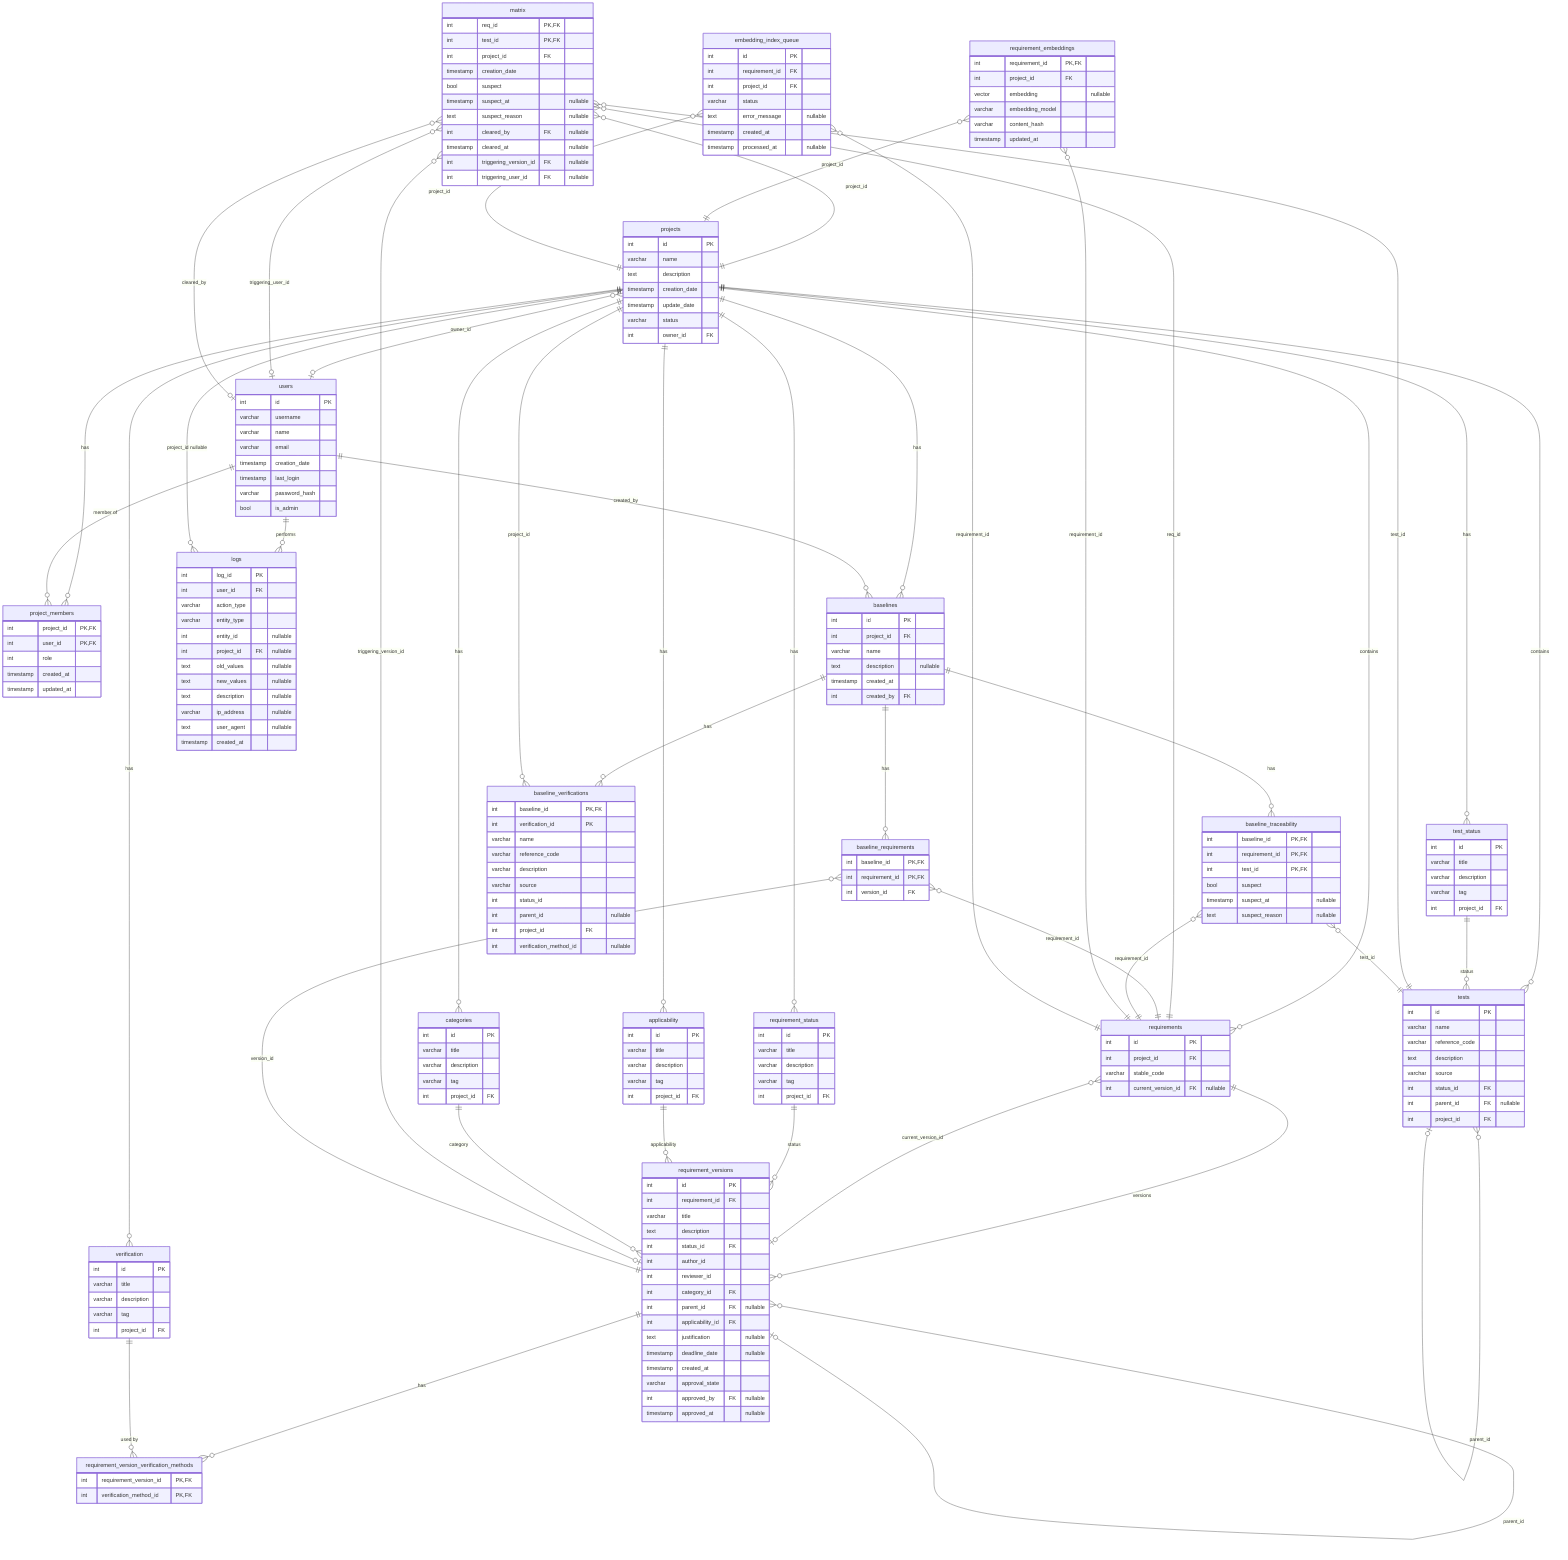
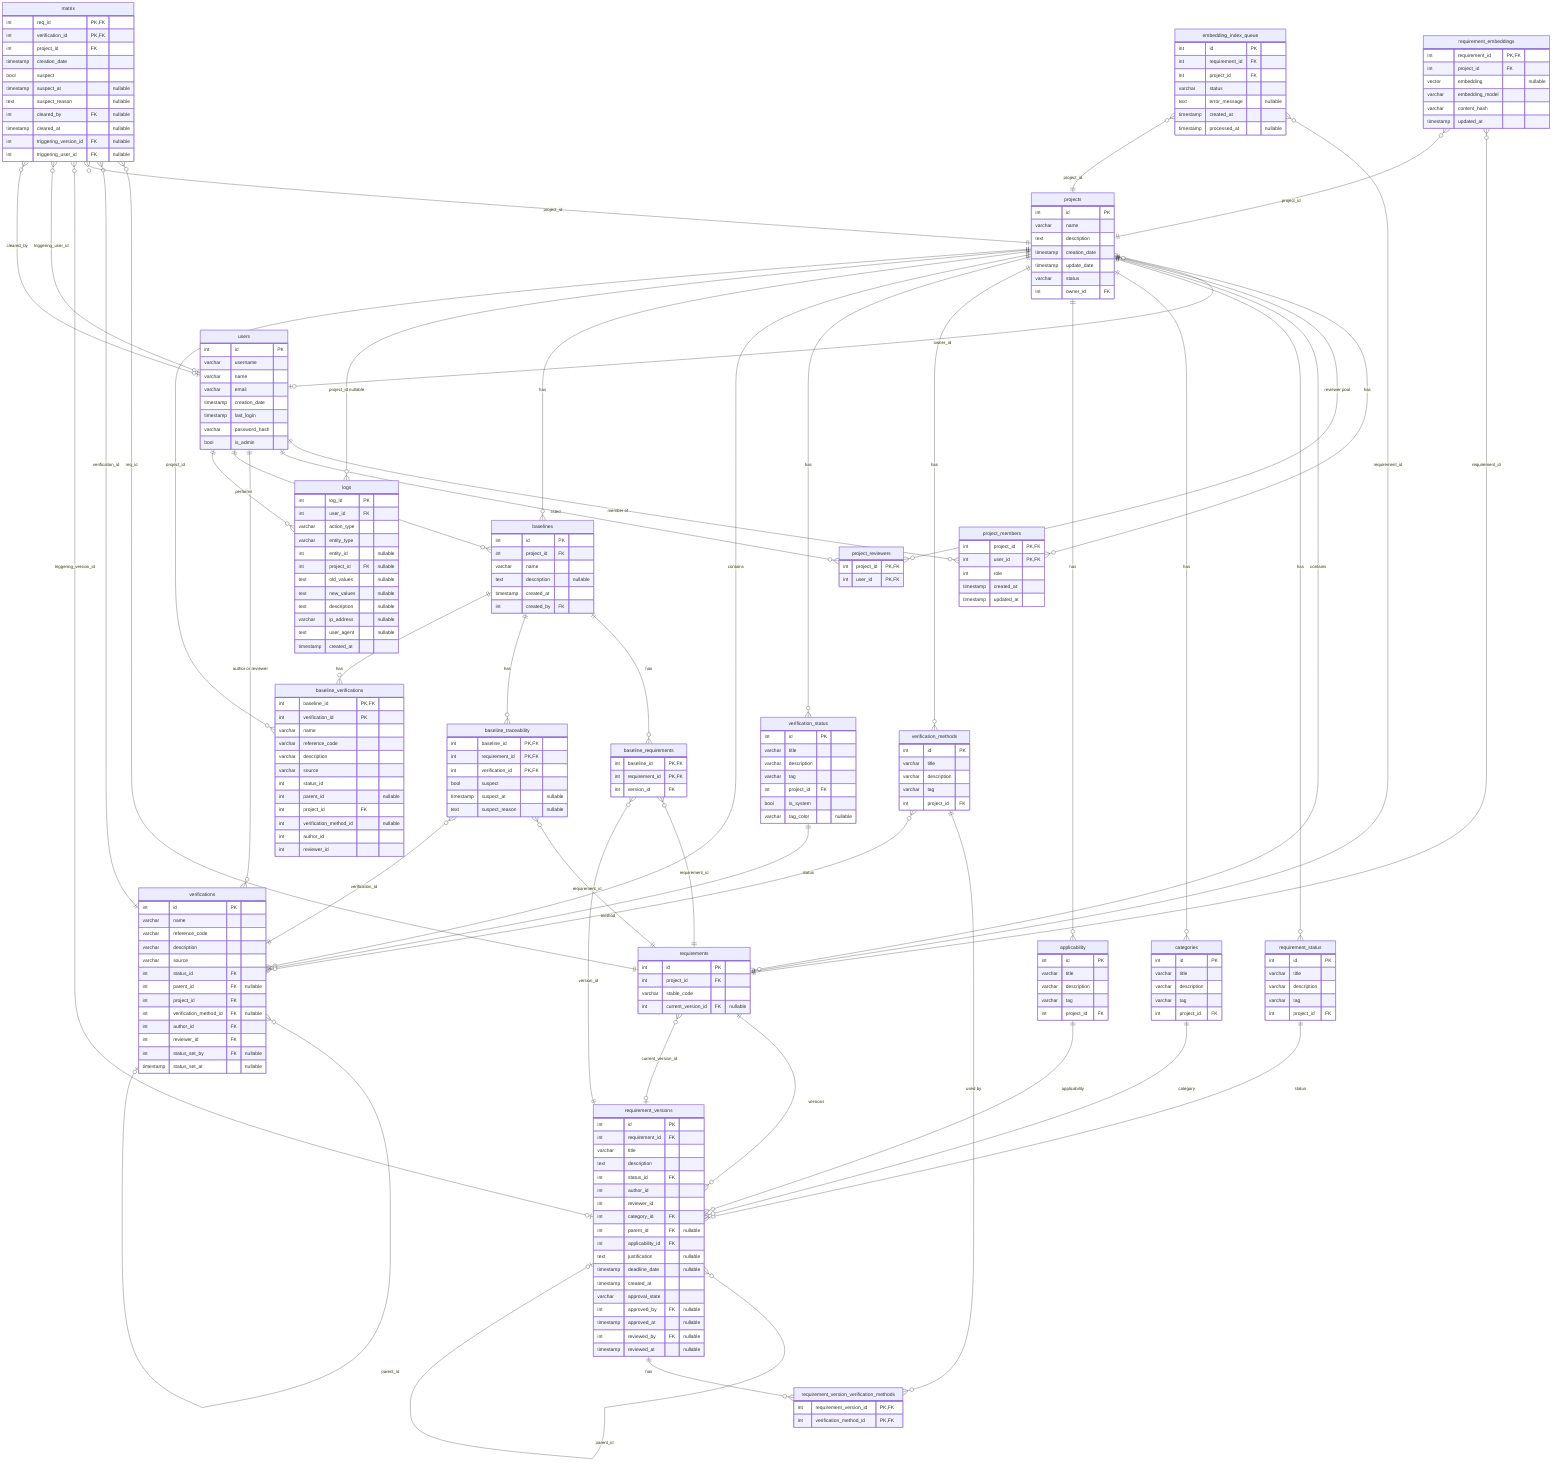
%% Marreq database schema (Mermaid ER diagram)
%% Reflects current schema: projects, users, requirements + versioning, baselines, traceability, lookup tables.

erDiagram
    %% ========== Core: Projects & Users ==========
    projects ||--o{ project_members : "has"
    users ||--o{ project_members : "member of"
    projects }o--o| users : "owner_id"
+     projects ||--o{ project_reviewers : "reviewer pool"
+     users ||--o{ project_reviewers : "listed"

    projects {
        int id PK
        varchar name
        text description
        timestamp creation_date
        timestamp update_date
        varchar status
        int owner_id FK
    }

    users {
        int id PK
        varchar username
        varchar name
        varchar email
        timestamp creation_date
        timestamp last_login
        varchar password_hash
        bool is_admin
    }

    project_members {
        int project_id PK,FK
        int user_id PK,FK
        int role
        timestamp created_at
        timestamp updated_at
+     }
+ 
+     project_reviewers {
+         int project_id PK,FK
+         int user_id PK,FK
    }

    %% ========== Requirements (container + versions) ==========
    projects ||--o{ requirements : "contains"
    requirements ||--o{ requirement_versions : "versions"
    requirements }o--o| requirement_versions : "current_version_id"
    requirement_versions }o--o| requirement_versions : "parent_id"
    requirement_status ||--o{ requirement_versions : "status"
    applicability ||--o{ requirement_versions : "applicability"
    categories ||--o{ requirement_versions : "category"
    requirement_versions ||--o{ requirement_version_verification_methods : "has"
-     verification ||--o{ requirement_version_verification_methods : "used by"
+     verification_methods ||--o{ requirement_version_verification_methods : "used by"

    requirements {
        int id PK
        int project_id FK
        varchar stable_code
        int current_version_id FK "nullable"
    }

    requirement_versions {
        int id PK
        int requirement_id FK
        varchar title
        text description
        int status_id FK
        int author_id
        int reviewer_id
        int category_id FK
        int parent_id FK "nullable"
        int applicability_id FK
        text justification "nullable"
        timestamp deadline_date "nullable"
        timestamp created_at
        varchar approval_state
        int approved_by FK "nullable"
        timestamp approved_at "nullable"
+         int reviewed_by FK "nullable"
+         timestamp reviewed_at "nullable"
    }

    requirement_version_verification_methods {
        int requirement_version_id PK,FK
        int verification_method_id PK,FK
    }

    %% ========== Lookup / config (per project) ==========
    projects ||--o{ requirement_status : "has"
-     projects ||--o{ test_status : "has"
    projects ||--o{ categories : "has"
    projects ||--o{ applicability : "has"
-     projects ||--o{ verification : "has"
+     projects ||--o{ verification_methods : "has"
+     projects ||--o{ verification_status : "has"

    requirement_status {
        int id PK
        varchar title
        varchar description
        varchar tag
        int project_id FK
    }

-     test_status {
-         int id PK
-         varchar title
-         varchar description
-         varchar tag
-         int project_id FK
-     }
- 
    categories {
        int id PK
        varchar title
        varchar description
        varchar tag
        int project_id FK
    }

    applicability {
        int id PK
        varchar title
        varchar description
        varchar tag
        int project_id FK
    }

-     verification {
-         int id PK
-         varchar title
-         varchar description
-         varchar tag
-         int project_id FK
-     }
- 
-     %% ========== Tests ==========
-     projects ||--o{ tests : "contains"
-     test_status ||--o{ tests : "status"
-     tests }o--o| tests : "parent_id"
- 
-     tests {
+     verification_methods {
+         int id PK
+         varchar title
+         varchar description
+         varchar tag
+         int project_id FK
+     }
+ 
+     verification_status {
+         int id PK
+         varchar title
+         varchar description
+         varchar tag
+         int project_id FK
+         bool is_system
+         varchar tag_color "nullable"
+     }
+ 
+     %% ========== Verifications (project items, matrix rows) ==========
+     projects ||--o{ verifications : "contains"
+     verification_status ||--o{ verifications : "status"
+     verification_methods }o--o{ verifications : "method"
+     users ||--o{ verifications : "author or reviewer"
+     verifications }o--o| verifications : "parent_id"
+ 
+     verifications {
        int id PK
        varchar name
        varchar reference_code
-         text description
+         varchar description
        varchar source
        int status_id FK
        int parent_id FK "nullable"
        int project_id FK
+         int verification_method_id FK "nullable"
+         int author_id FK
+         int reviewer_id FK
+         int status_set_by FK "nullable"
+         timestamp status_set_at "nullable"
    }

    %% ========== Traceability (live matrix) ==========
    matrix }o--|| requirements : "req_id"
-     matrix }o--|| tests : "test_id"
+     matrix }o--|| verifications : "verification_id"
    matrix }o--|| projects : "project_id"
    matrix }o--o| requirement_versions : "triggering_version_id"
    matrix }o--o| users : "triggering_user_id"
    matrix }o--o| users : "cleared_by"

    matrix {
        int req_id PK,FK
-         int test_id PK,FK
+         int verification_id PK,FK
        int project_id FK
        timestamp creation_date
        bool suspect
        timestamp suspect_at "nullable"
        text suspect_reason "nullable"
        int cleared_by FK "nullable"
        timestamp cleared_at "nullable"
        int triggering_version_id FK "nullable"
        int triggering_user_id FK "nullable"
    }

    %% ========== Baselines (immutable snapshots) ==========
    projects ||--o{ baselines : "has"
    users ||--o{ baselines : "created_by"
    baselines ||--o{ baseline_requirements : "has"
    baselines ||--o{ baseline_traceability : "has"
    baselines ||--o{ baseline_verifications : "has"
    baseline_requirements }o--|| requirements : "requirement_id"
    baseline_requirements }o--|| requirement_versions : "version_id"
    baseline_traceability }o--|| requirements : "requirement_id"
-     baseline_traceability }o--|| tests : "test_id"
+     baseline_traceability }o--|| verifications : "verification_id"
    baseline_verifications }o--|| projects : "project_id"

    baselines {
        int id PK
        int project_id FK
        varchar name
        text description "nullable"
        timestamp created_at
        int created_by FK
    }

    baseline_requirements {
        int baseline_id PK,FK
        int requirement_id PK,FK
        int version_id FK
    }

    baseline_traceability {
        int baseline_id PK,FK
        int requirement_id PK,FK
-         int test_id PK,FK
+         int verification_id PK,FK
        bool suspect
        timestamp suspect_at "nullable"
        text suspect_reason "nullable"
    }

    baseline_verifications {
        int baseline_id PK,FK
        int verification_id PK
        varchar name
        varchar reference_code
        varchar description
        varchar source
        int status_id
        int parent_id "nullable"
        int project_id FK
        int verification_method_id "nullable"
+         int author_id
+         int reviewer_id
    }

    %% ========== Audit ==========
    users ||--o{ logs : "performs"
    projects ||--o{ logs : "project_id nullable"

    logs {
        int log_id PK
        int user_id FK
        varchar action_type
        varchar entity_type
        int entity_id "nullable"
        int project_id FK "nullable"
        text old_values "nullable"
        text new_values "nullable"
        text description "nullable"
        varchar ip_address "nullable"
        text user_agent "nullable"
        timestamp created_at
    }

    %% ========== Semantic search (optional) ==========
    requirement_embeddings }o--|| requirements : "requirement_id"
    requirement_embeddings }o--|| projects : "project_id"
    embedding_index_queue }o--|| requirements : "requirement_id"
    embedding_index_queue }o--|| projects : "project_id"

    requirement_embeddings {
        int requirement_id PK,FK
        int project_id FK
        vector embedding "nullable"
        varchar embedding_model
        varchar content_hash
        timestamp updated_at
    }

    embedding_index_queue {
        int id PK
        int requirement_id FK
        int project_id FK
        varchar status
        text error_message "nullable"
        timestamp created_at
        timestamp processed_at "nullable"
    }
